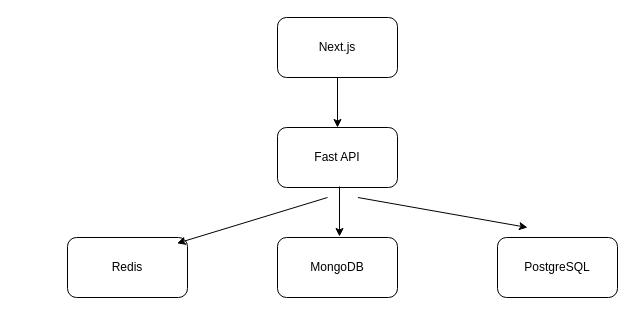
Above: page "OverAll" (1 of 3) of Agroconnect.drawio in ramprasad2018/agconnect (draw.io), before the change. Source tidied: cells renumbered, new cells numbered last; positions are measured from the earlier drawing's top-left corner, leaving out a move shared by most shapes. Both pictures are drawn from the tidied source at 100%, with x=0, y=0 at pixel (67, 17).
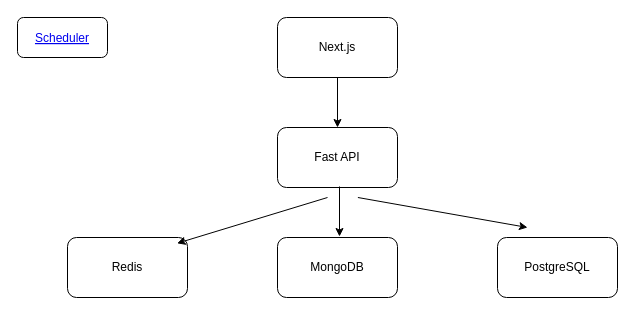
Above is the later version.

Change to the diagram source:
```diff
@@
 <mxGraphModel>
   <root>
     <mxCell id="0" />
     <mxCell id="1" parent="0" />
     <mxCell id="2" value="Fast API" style="rounded=1;whiteSpace=wrap;html=1;" parent="1" vertex="1">
       <mxGeometry x="210" y="110" width="120" height="60" as="geometry" />
     </mxCell>
     <mxCell id="3" value="Redis" style="rounded=1;whiteSpace=wrap;html=1;" parent="1" vertex="1">
       <mxGeometry y="220" width="120" height="60" as="geometry" />
     </mxCell>
     <mxCell id="4" value="MongoDB" style="rounded=1;whiteSpace=wrap;html=1;" parent="1" vertex="1">
       <mxGeometry x="210" y="220" width="120" height="60" as="geometry" />
     </mxCell>
     <mxCell id="5" value="Next.js" style="rounded=1;whiteSpace=wrap;html=1;" parent="1" vertex="1">
       <mxGeometry x="210" width="120" height="60" as="geometry" />
     </mxCell>
     <mxCell id="6" value="PostgreSQL" style="rounded=1;whiteSpace=wrap;html=1;" parent="1" vertex="1">
       <mxGeometry x="430" y="220" width="120" height="60" as="geometry" />
     </mxCell>
     <mxCell id="7" style="endArrow=classic;html=1;rounded=0;entryX=0.5;entryY=0;entryDx=0;entryDy=0;" parent="1" edge="1" target="2">
       <mxGeometry relative="1" as="geometry">
         <mxPoint x="270" y="60" as="sourcePoint" />
       </mxGeometry>
     </mxCell>
     <mxCell id="8" style="endArrow=classic;html=1;rounded=0;entryX=0.5;entryY=0;entryDx=0;entryDy=0;" parent="1" edge="1">
       <mxGeometry relative="1" as="geometry">
         <mxPoint x="272" y="169" as="sourcePoint" />
         <mxPoint x="272" y="219" as="targetPoint" />
       </mxGeometry>
     </mxCell>
     <mxCell id="9" style="endArrow=classic;html=1;rounded=0;entryX=0.913;entryY=0.097;entryDx=0;entryDy=0;entryPerimeter=0;" parent="1" edge="1" target="3">
       <mxGeometry relative="1" as="geometry">
         <mxPoint x="260" y="180" as="sourcePoint" />
       </mxGeometry>
     </mxCell>
     <mxCell id="10" style="endArrow=classic;html=1;rounded=0;" parent="1" edge="1">
       <mxGeometry relative="1" as="geometry">
         <mxPoint x="290.4" y="180" as="sourcePoint" />
         <mxPoint x="460" y="210" as="targetPoint" />
       </mxGeometry>
     </mxCell>
+    <mxCell id="11" value="Scheduler" style="fontColor=#0000EE;fontStyle=4;rounded=1;overflow=hidden;spacing=10;" parent="1" vertex="1">
+      <mxGeometry x="-50" width="90" height="40" as="geometry" />
+    </mxCell>
   </root>
 </mxGraphModel>
```
